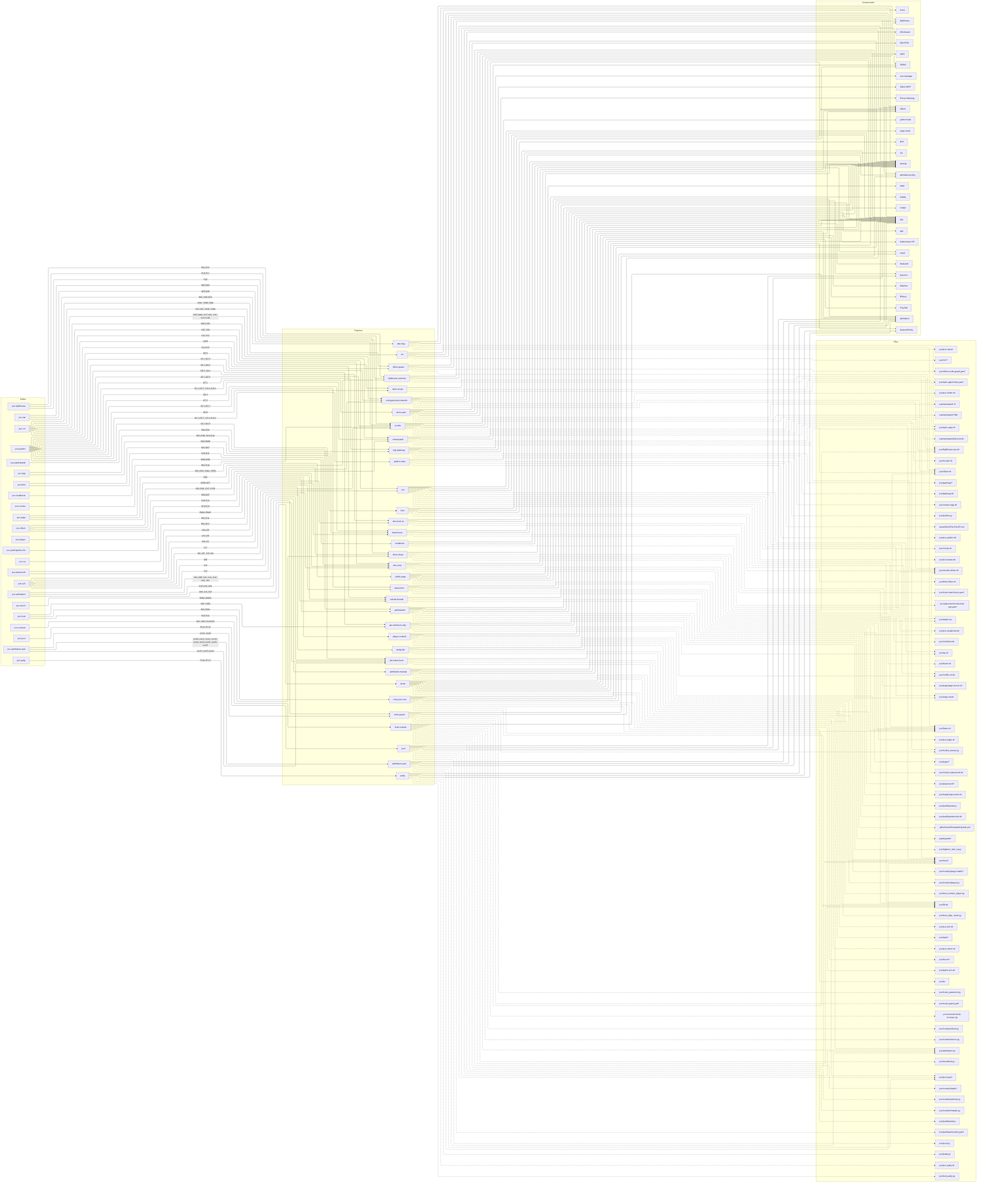
Before: docs/diagrams/features.png, a diagram exported from Mermaid (villadalmine/k8s-lan-party). Its source is kept beside it as docs/diagrams/features.mmd. Source of this version:
```mermaid
flowchart LR
  subgraph Suites
    s_poc_join["poc-join"]
    s_poc_vm["poc-vm"]
    s_poc_host["poc-host"]
    s_poc_golden["poc-golden"]
    s_poc_cilium["poc-cilium"]
    s_poc_kind["poc-kind"]
    s_poc_admission["poc-admission"]
    s_poc_admission_auto["poc-admission-auto"]
    s_poc_console["poc-console"]
    s_poc_player["poc-player"]
    s_poc_pool["poc-pool"]
    s_poc_party["poc-party"]
    s_poc_doom["poc-doom"]
    s_poc_page["poc-page"]
    s_poc_lighthouse["poc-lighthouse"]
    s_poc_nat["poc-nat"]
    s_poc_revoke["poc-revoke"]
    s_poc_ca["poc-ca"]
    s_poc_placement["poc-placement"]
    s_poc_bgp["poc-bgp"]
    s_poc_participants["poc-participants"]
    s_poc_participants_e2e["poc-participants-e2e"]
    s_poc_weakness["poc-weakness"]
  end
  subgraph Features
    f_join["join"]
    f_study_lab["study-lab"]
    f_host_your_own["host-your-own"]
    f_api_members_only["api-members-only"]
    f_nebula_firewall["nebula-firewall"]
    f_mtu_once["mtu-once"]
    f_join_token_burn["join-token-burn"]
    f_node_guard["node-guard"]
    f_admission_manual["admission-manual"]
    f_admission_auto["admission-auto"]
    f_host_console["host-console"]
    f_player_console["player-console"]
    f_pool["pool"]
    f_party["party"]
    f_doom["doom"]
    f_public_page["public-page"]
    f_lighthouse_external["lighthouse-external"]
    f_revoke["revoke"]
    f_two_level_ca["two-level-ca"]
    f_placement["placement"]
    f_trust_freeze["trust-freeze"]
    f_golden_rules["golden-rules"]
    f_encrypted_pod_network["encrypted-pod-network"]
    f_mutual_auth["mutual-auth"]
    f_cilium_guard["cilium-guard"]
    f_spire_scope["spire-scope"]
    f_nat_relay["nat-relay"]
    f_bgp_gateway["bgp-gateway"]
    f_down_clean["down-clean"]
    f_participants["participants"]
    f_weakness["weakness"]
    f_kind["kind"]
    f_vm["vm"]
    f_demo_aws["demo-aws"]
  end
  subgraph Components
    c_Nebula["Nebula"]
    c_k3s["k3s"]
    c_edge_mesh["edge-mesh"]
    c_study_lab["study lab"]
    c_mesh["mesh"]
    c_Cilium["Cilium"]
    c_admission_policy["admission policy"]
    c_admission["admission"]
    c_Kubernetes_API["Kubernetes API"]
    c_Kyverno["Kyverno"]
    c_NetworkPolicy["NetworkPolicy"]
    c_Odamex["Odamex"]
    c_FreeDM["FreeDM"]
    c_ffmpeg["ffmpeg"]
    c_page["page"]
    c_Caddy["Caddy"]
    c_lighthouse["lighthouse"]
    c_CA["CA"]
    c_golden_suite["golden suite"]
    c_WireGuard["WireGuard"]
    c_SPIRE["SPIRE"]
    c_Cilium_BGP["Cilium BGP"]
    c_Envoy_Gateway["Envoy Gateway"]
    c_cert_manager["cert-manager"]
    c_cosign["cosign"]
    c_age["age"]
    c_kind["kind"]
    c_Incus["Incus"]
    c_OpenTofu["OpenTofu"]
    c_AWS["AWS"]
  end
  subgraph Files
    p_poc_edge_mesh["poc/edge-mesh"]
    p_poc_up_sh["poc/up.sh"]
    p_poc_vm_up_sh["poc/vm/up.sh"]
    p_poc_vm_lib_vm_sh["poc/vm/lib-vm.sh"]
    p_poc_lib_sh["poc/lib.sh"]
    p_poc_issue_sh["poc/issue.sh"]
    p_poc_stack_env["poc/stack.env"]
    p_poc_pool_lease_sh["poc/pool-lease.sh"]
    p_poc_labs__["poc/labs/*"]
    p_poc_poc_join_sh["poc/poc-join.sh"]
    p_poc_mesh["poc/mesh"]
    p_poc_game_env_sh["poc/game-env.sh"]
    p_poc_kc["poc/kc"]
    p_poc_checks_cilium_sh["poc/checks-cilium.sh"]
    p_poc_cilium_sh["poc/cilium.sh"]
    p_poc_node_guard_yaml["poc/node-guard.yaml"]
    p_poc_node_password_py["poc/node_password.py"]
    p_poc_nodes_sweep_py["poc/nodes_sweep.py"]
    p_poc_admission_py["poc/admission.py"]
    p_poc_pool_yaml["poc/pool.yaml"]
    p_poc_meshlock_py["poc/meshlock.py"]
    p_poc_console_actions_py["poc/console/actions.py"]
    p_poc_console_client_py["poc/console/client.py"]
    p_poc_console_mutate_py["poc/console/mutate.py"]
    p_poc_console_server_py["poc/console/server.py"]
    p_poc_console_check_browser_cjs["poc/console/check-browser.cjs"]
    p_poc_console_static__["poc/console/static/*"]
    p_poc_console_player_py["poc/console/player.py"]
    p_poc_console_player_static__["poc/console/player-static/*"]
    p_poc_test_console_player_py["poc/test_console_player.py"]
    p_poc_test_edge_mesh_py["poc/test_edge_mesh.py"]
    p_poc_pool_py["poc/pool.py"]
    p_poc_participant_py["poc/participant.py"]
    p_poc_participant_policy_yaml["poc/participant-policy.yaml"]
    p_poc_party_py["poc/party.py"]
    p_poc_test_party_py["poc/test_party.py"]
    p_poc_poc_party_sh["poc/poc-party.sh"]
    p_poc_doom__["poc/doom/*"]
    p_poc_poc_doom_sh["poc/poc-doom.sh"]
    p_poc_page__["poc/page/*"]
    p_poc_poc_page_sh["poc/poc-page.sh"]
    p_poc_lighthouse_vps_sh["poc/lighthouse-vps.sh"]
    p_poc_revoke_sh["poc/revoke.sh"]
    p_poc_placement__["poc/placement/*"]
    p_poc_install_placement_sh["poc/install-placement.sh"]
    p_poc_vm_poc_placement_sh["poc/vm/poc-placement.sh"]
    p_poc_node_trust_freeze_yaml["poc/node-trust-freeze.yaml"]
    p_poc_placement_node_trust_vap_yaml["poc/placement/node-trust-vap.yaml"]
    p_poc_poc_golden_sh["poc/poc-golden.sh"]
    p_poc_golden_py["poc/golden.py"]
    p_docs_GOLDEN_RULES_md["docs/GOLDEN-RULES.md"]
    p_poc_poc_cilium_sh["poc/poc-cilium.sh"]
    p_poc_spire_args_sh["poc/spire-args.sh"]
    p_poc_cilium_node_guard_yaml["poc/cilium-node-guard.yaml"]
    p_poc_spire_agent_rbac_yaml["poc/spire-agent-rbac.yaml"]
    p_poc_poc_nat_sh["poc/poc-nat.sh"]
    p_poc_gateway_sh["poc/gateway.sh"]
    p_poc_gateway__["poc/gateway/*"]
    p_poc_vm_poc_bgp_sh["poc/vm/poc-bgp.sh"]
    p_poc_down_sh["poc/down.sh"]
    p_poc_vm_down_sh["poc/vm/down.sh"]
    p_poc_page_page_server_sh["poc/page/page-server.sh"]
    p_poc_participants_py["poc/participants.py"]
    p_poc_participants_tools_sh["poc/participants-tools.sh"]
    p_poc_sigstore_test_ca_py["poc/sigstore_test_ca.py"]
    p_participants__["participants/*"]
    p__github_workflows_participants_yml[".github/workflows/participants.yml"]
    p_poc_poc_weakness_sh["poc/poc-weakness.sh"]
    p_poc_kind_cilium_sh["poc/kind-cilium.sh"]
    p_poc_vm__["poc/vm/*"]
    p_examples_aws___tf["examples/aws/*.tf"]
    p_examples_aws___tftpl["examples/aws/*.tftpl"]
    p_examples_aws_leftovers_sh["examples/aws/leftovers.sh"]
  end
  s_poc_join -->|"J01-J07, J15-J16"| f_join
  s_poc_vm -->|"V01, V04"| f_join
  f_join --> c_Nebula
  f_join --> c_k3s
  f_join --> c_edge_mesh
  f_join -.-> p_poc_edge_mesh
  f_join -.-> p_poc_up_sh
  f_join -.-> p_poc_vm_up_sh
  f_join -.-> p_poc_vm_lib_vm_sh
  f_join -.-> p_poc_lib_sh
  f_join -.-> p_poc_issue_sh
  f_join -.-> p_poc_stack_env
  f_join -.-> p_poc_pool_lease_sh
  s_poc_join -->|"J09-J12"| f_study_lab
  f_study_lab --> c_k3s
  f_study_lab --> c_study_lab
  f_study_lab -.-> p_poc_labs__
  f_study_lab -.-> p_poc_poc_join_sh
  s_poc_host -->|"H01-H09c"| f_host_your_own
  f_host_your_own --> c_Nebula
  f_host_your_own --> c_k3s
  f_host_your_own --> c_mesh
  f_host_your_own -.-> p_poc_mesh
  f_host_your_own -.-> p_poc_game_env_sh
  f_host_your_own -.-> p_poc_kc
  f_host_your_own -.-> p_poc_lib_sh
  f_host_your_own -.-> p_poc_issue_sh
  s_poc_host -->|"H02, H02b"| f_api_members_only
  s_poc_golden -->|"G6.1-G6.2"| f_api_members_only
  f_api_members_only --> c_k3s
  f_api_members_only --> c_Nebula
  f_api_members_only -.-> p_poc_up_sh
  f_api_members_only -.-> p_poc_vm_lib_vm_sh
  f_api_members_only -.-> p_poc_issue_sh
  s_poc_join -->|"J13"| f_nebula_firewall
  s_poc_cilium -->|"C13-C14"| f_nebula_firewall
  s_poc_vm -->|"V14-V15"| f_nebula_firewall
  f_nebula_firewall --> c_Nebula
  f_nebula_firewall -.-> p_poc_issue_sh
  f_nebula_firewall -.-> p_poc_checks_cilium_sh
  s_poc_join -->|"J08"| f_mtu_once
  s_poc_cilium -->|"C10-C11"| f_mtu_once
  s_poc_kind -->|"K10-K11"| f_mtu_once
  s_poc_vm -->|"V11-V12"| f_mtu_once
  f_mtu_once --> c_Nebula
  f_mtu_once --> c_Cilium
  f_mtu_once -.-> p_poc_stack_env
  f_mtu_once -.-> p_poc_cilium_sh
  f_mtu_once -.-> p_poc_checks_cilium_sh
  s_poc_join -->|"J14"| f_join_token_burn
  s_poc_admission -->|"A09, A11-A13"| f_join_token_burn
  s_poc_admission_auto -->|"AA15, AA23-AA24"| f_join_token_burn
  s_poc_golden -->|"G4.1-G4.3"| f_join_token_burn
  f_join_token_burn --> c_k3s
  f_join_token_burn -.-> p_poc_lib_sh
  f_join_token_burn -.-> p_poc_issue_sh
  f_join_token_burn -.-> p_poc_mesh
  s_poc_admission -->|"A15-A18, A30"| f_node_guard
  s_poc_admission_auto -->|"AA13, AA20"| f_node_guard
  f_node_guard --> c_k3s
  f_node_guard --> c_admission_policy
  f_node_guard -.-> p_poc_node_guard_yaml
  f_node_guard -.-> p_poc_node_password_py
  f_node_guard -.-> p_poc_nodes_sweep_py
  f_node_guard -.-> p_poc_lib_sh
  s_poc_admission -->|"A01-A08, A10, A14, A19-A29, A31"| f_admission_manual
  f_admission_manual --> c_admission
  f_admission_manual --> c_Nebula
  f_admission_manual --> c_k3s
  f_admission_manual -.-> p_poc_admission_py
  f_admission_manual -.-> p_poc_pool_yaml
  f_admission_manual -.-> p_poc_mesh
  s_poc_admission_auto -->|"AA01-AA12, AA14, AA16-AA19, AA21-AA22, AA25-AA37"| f_admission_auto
  f_admission_auto --> c_admission
  f_admission_auto --> c_Nebula
  f_admission_auto --> c_k3s
  f_admission_auto -.-> p_poc_admission_py
  f_admission_auto -.-> p_poc_pool_yaml
  f_admission_auto -.-> p_poc_mesh
  s_poc_console -->|"K01, K02, K10-K26"| f_host_console
  f_host_console --> c_admission
  f_host_console -.-> p_poc_mesh
  f_host_console -.-> p_poc_lib_sh
  f_host_console -.-> p_poc_meshlock_py
  f_host_console -.-> p_poc_console_actions_py
  f_host_console -.-> p_poc_console_client_py
  f_host_console -.-> p_poc_console_mutate_py
  f_host_console -.-> p_poc_console_server_py
  f_host_console -.-> p_poc_console_check_browser_cjs
  f_host_console -.-> p_poc_console_static__
  f_host_console -.-> p_poc_admission_py
  s_poc_player -->|"PM01-PM07"| f_player_console
  f_player_console --> c_Kubernetes_API
  f_player_console --> c_k3s
  f_player_console -.-> p_poc_edge_mesh
  f_player_console -.-> p_poc_console_player_py
  f_player_console -.-> p_poc_console_player_static__
  f_player_console -.-> p_poc_test_console_player_py
  f_player_console -.-> p_poc_test_edge_mesh_py
  s_poc_pool -->|"PL01-PL25"| f_pool
  f_pool --> c_admission
  f_pool --> c_k3s
  f_pool --> c_Kyverno
  f_pool -.-> p_poc_pool_py
  f_pool -.-> p_poc_pool_yaml
  f_pool -.-> p_poc_participant_py
  f_pool -.-> p_poc_participant_policy_yaml
  f_pool -.-> p_poc_admission_py
  s_poc_party -->|"PY01-PY17"| f_party
  f_party --> c_k3s
  f_party --> c_NetworkPolicy
  f_party --> c_admission
  f_party -.-> p_poc_party_py
  f_party -.-> p_poc_test_party_py
  f_party -.-> p_poc_poc_party_sh
  s_poc_doom -->|"DM01-DM20"| f_doom
  f_doom --> c_k3s
  f_doom --> c_Cilium
  f_doom --> c_NetworkPolicy
  f_doom --> c_Odamex
  f_doom --> c_FreeDM
  f_doom --> c_ffmpeg
  f_doom -.-> p_poc_doom__
  f_doom -.-> p_poc_poc_doom_sh
  s_poc_page -->|"G01-G26, G09c, G25b"| f_public_page
  f_public_page --> c_page
  f_public_page --> c_Caddy
  f_public_page --> c_Nebula
  f_public_page --> c_admission
  f_public_page -.-> p_poc_page__
  f_public_page -.-> p_poc_poc_page_sh
  s_poc_lighthouse -->|"P01-P15"| f_lighthouse_external
  s_poc_page -->|"G02"| f_lighthouse_external
  s_poc_nat -->|"N02-N03"| f_lighthouse_external
  f_lighthouse_external --> c_Nebula
  f_lighthouse_external --> c_lighthouse
  f_lighthouse_external -.-> p_poc_lighthouse_vps_sh
  f_lighthouse_external -.-> p_poc_mesh
  s_poc_revoke -->|"R01-R10"| f_revoke
  s_poc_join -->|"J17"| f_revoke
  s_poc_lighthouse -->|"P16-P17"| f_revoke
  s_poc_nat -->|"N25-N26"| f_revoke
  s_poc_golden -->|"G5.1-G5.5"| f_revoke
  f_revoke --> c_Nebula
  f_revoke --> c_k3s
  f_revoke --> c_lighthouse
  f_revoke -.-> p_poc_revoke_sh
  f_revoke -.-> p_poc_nodes_sweep_py
  f_revoke -.-> p_poc_lighthouse_vps_sh
  f_revoke -.-> p_poc_mesh
  s_poc_ca -->|"B01-B13"| f_two_level_ca
  s_poc_golden -->|"G8.2, G9.1"| f_two_level_ca
  f_two_level_ca --> c_Nebula
  f_two_level_ca --> c_CA
  f_two_level_ca -.-> p_poc_issue_sh
  f_two_level_ca -.-> p_poc_lib_sh
  s_poc_placement -->|"L01-L45"| f_placement
  s_poc_golden -->|"G2.1-G2.7"| f_placement
  f_placement --> c_Kyverno
  f_placement --> c_k3s
  f_placement -.-> p_poc_placement__
  f_placement -.-> p_poc_install_placement_sh
  f_placement -.-> p_poc_vm_poc_placement_sh
  s_poc_placement -->|"L50-L53"| f_trust_freeze
  s_poc_bgp -->|"G09-G09b"| f_trust_freeze
  s_poc_golden -->|"G7.2"| f_trust_freeze
  f_trust_freeze --> c_k3s
  f_trust_freeze --> c_admission_policy
  f_trust_freeze -.-> p_poc_node_trust_freeze_yaml
  f_trust_freeze -.-> p_poc_placement_node_trust_vap_yaml
  s_poc_golden -->|"G1.1-G2.7, G3.1-G10.1"| f_golden_rules
  f_golden_rules --> c_golden_suite
  f_golden_rules -.-> p_poc_poc_golden_sh
  f_golden_rules -.-> p_poc_golden_py
  f_golden_rules -.-> p_docs_GOLDEN_RULES_md
  s_poc_cilium -->|"C01-C09, C12, C13b"| f_encrypted_pod_network
  s_poc_vm -->|"V03-V06b, V07-V09, V10, V13-V13b"| f_encrypted_pod_network
  s_poc_golden -->|"G3.1-G3.3"| f_encrypted_pod_network
  f_encrypted_pod_network --> c_Cilium
  f_encrypted_pod_network --> c_WireGuard
  f_encrypted_pod_network --> c_Nebula
  f_encrypted_pod_network -.-> p_poc_cilium_sh
  f_encrypted_pod_network -.-> p_poc_checks_cilium_sh
  f_encrypted_pod_network -.-> p_poc_poc_cilium_sh
  s_poc_cilium -->|"C90-C97"| f_mutual_auth
  s_poc_vm -->|"V90-V102"| f_mutual_auth
  s_poc_golden -->|"G3.4"| f_mutual_auth
  f_mutual_auth --> c_SPIRE
  f_mutual_auth --> c_Cilium
  f_mutual_auth -.-> p_poc_cilium_sh
  f_mutual_auth -.-> p_poc_spire_args_sh
  f_mutual_auth -.-> p_poc_checks_cilium_sh
  s_poc_vm -->|"V06c, V09b-V09c"| f_cilium_guard
  s_poc_golden -->|"G3.5"| f_cilium_guard
  f_cilium_guard --> c_Cilium
  f_cilium_guard --> c_admission_policy
  f_cilium_guard -.-> p_poc_cilium_node_guard_yaml
  f_cilium_guard -.-> p_poc_cilium_sh
  s_poc_vm -->|"V103"| f_spire_scope
  s_poc_golden -->|"G3.6"| f_spire_scope
  f_spire_scope --> c_SPIRE
  f_spire_scope -.-> p_poc_spire_agent_rbac_yaml
  f_spire_scope -.-> p_poc_spire_args_sh
  s_poc_nat -->|"N01, N04-N24"| f_nat_relay
  f_nat_relay --> c_Nebula
  f_nat_relay --> c_lighthouse
  f_nat_relay -.-> p_poc_poc_nat_sh
  f_nat_relay -.-> p_poc_lighthouse_vps_sh
  f_nat_relay -.-> p_poc_issue_sh
  s_poc_bgp -->|"G01-G08, G10-G19"| f_bgp_gateway
  s_poc_golden -->|"G7.1"| f_bgp_gateway
  f_bgp_gateway --> c_Cilium_BGP
  f_bgp_gateway --> c_Envoy_Gateway
  f_bgp_gateway --> c_cert_manager
  f_bgp_gateway -.-> p_poc_gateway_sh
  f_bgp_gateway -.-> p_poc_gateway__
  f_bgp_gateway -.-> p_poc_vm_poc_bgp_sh
  s_poc_host -->|"H10-H11"| f_down_clean
  s_poc_lighthouse -->|"P18"| f_down_clean
  s_poc_page -->|"G26b-G27"| f_down_clean
  f_down_clean --> c_mesh
  f_down_clean -.-> p_poc_down_sh
  f_down_clean -.-> p_poc_vm_down_sh
  f_down_clean -.-> p_poc_page_page_server_sh
  f_down_clean -.-> p_poc_lighthouse_vps_sh
  s_poc_participants -->|"S00-S30"| f_participants
  s_poc_participants_e2e -->|"E01-E11"| f_participants
  f_participants --> c_cosign
  f_participants --> c_age
  f_participants --> c_Nebula
  f_participants -.-> p_poc_participants_py
  f_participants -.-> p_poc_participants_tools_sh
  f_participants -.-> p_poc_sigstore_test_ca_py
  f_participants -.-> p_participants__
  f_participants -.-> p__github_workflows_participants_yml
  s_poc_weakness -->|"W00-W06"| f_weakness
  f_weakness --> c_k3s
  f_weakness --> c_Nebula
  f_weakness -.-> p_poc_poc_weakness_sh
  s_poc_kind -->|"K01-K97"| f_kind
  f_kind --> c_kind
  f_kind --> c_Cilium
  f_kind --> c_SPIRE
  f_kind -.-> p_poc_kind_cilium_sh
  f_kind -.-> p_poc_checks_cilium_sh
  s_poc_vm -->|"V01-V02, V04b, V06d"| f_vm
  f_vm --> c_Incus
  f_vm --> c_k3s
  f_vm --> c_Cilium
  f_vm -.-> p_poc_vm__
  s_poc_golden -->|"G1.1-G2.7, G3.1-G10.1"| f_demo_aws
  f_demo_aws --> c_OpenTofu
  f_demo_aws --> c_AWS
  f_demo_aws --> c_Nebula
  f_demo_aws --> c_k3s
  f_demo_aws -.-> p_examples_aws___tf
  f_demo_aws -.-> p_examples_aws___tftpl
  f_demo_aws -.-> p_examples_aws_leftovers_sh
```
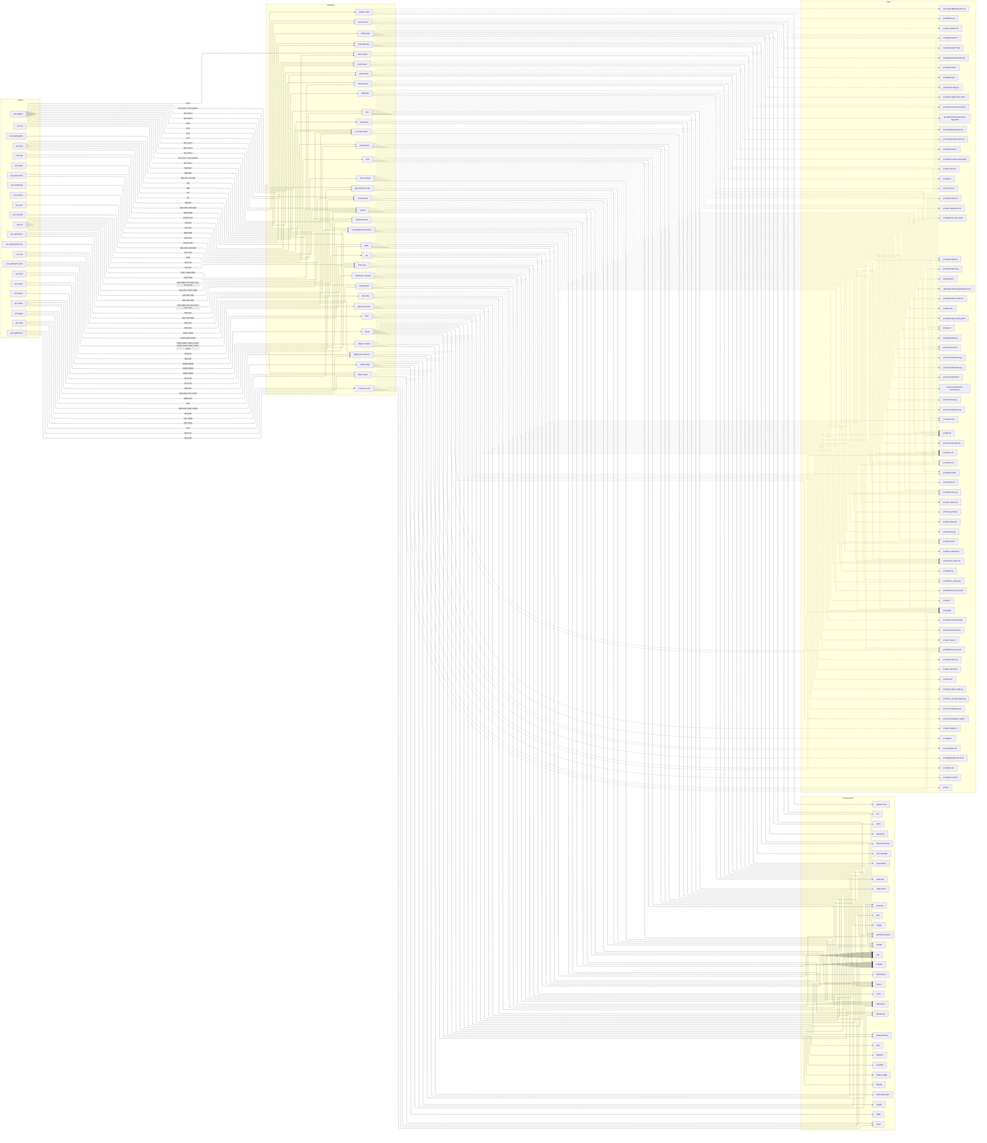
The same file after the commit.

The edit, as a diff of the source:
```diff
@@ -75,6 +75,7 @@
     c_Odamex["Odamex"]
     c_FreeDM["FreeDM"]
     c_ffmpeg["ffmpeg"]
+    c_Python_stdlib["Python stdlib"]
     c_page["page"]
     c_Caddy["Caddy"]
     c_lighthouse["lighthouse"]
@@ -130,6 +131,9 @@
     p_poc_party_py["poc/party.py"]
     p_poc_test_party_py["poc/test_party.py"]
     p_poc_poc_party_sh["poc/poc-party.sh"]
+    p_poc_watcher_py["poc/watcher.py"]
+    p_poc_watcher_policy_yaml["poc/watcher-policy.yaml"]
+    p_poc_test_watcher_py["poc/test_watcher.py"]
     p_poc_doom__["poc/doom/*"]
     p_poc_poc_doom_sh["poc/poc-doom.sh"]
     p_poc_page__["poc/page/*"]
@@ -276,19 +280,24 @@
   f_pool -.-> p_poc_participant_policy_yaml
   f_pool -.-> p_poc_admission_py
   s_poc_party -->|"PY01-PY17"| f_party
+  s_poc_doom -->|"DM24-DM30"| f_party
   f_party --> c_k3s
   f_party --> c_NetworkPolicy
   f_party --> c_admission
   f_party -.-> p_poc_party_py
   f_party -.-> p_poc_test_party_py
   f_party -.-> p_poc_poc_party_sh
-  s_poc_doom -->|"DM01-DM20"| f_doom
+  f_party -.-> p_poc_watcher_py
+  f_party -.-> p_poc_watcher_policy_yaml
+  f_party -.-> p_poc_test_watcher_py
+  s_poc_doom -->|"DM01-DM23"| f_doom
   f_doom --> c_k3s
   f_doom --> c_Cilium
   f_doom --> c_NetworkPolicy
   f_doom --> c_Odamex
   f_doom --> c_FreeDM
   f_doom --> c_ffmpeg
+  f_doom --> c_Python_stdlib
   f_doom -.-> p_poc_doom__
   f_doom -.-> p_poc_poc_doom_sh
   s_poc_page -->|"G01-G26, G09c, G25b"| f_public_page
```
